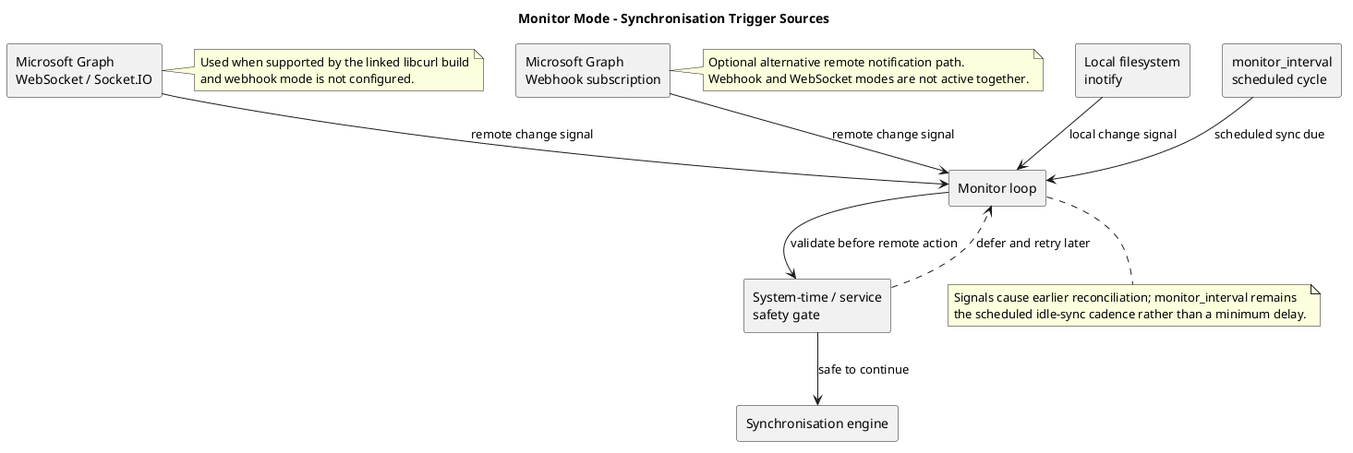
This is docs/puml/monitor_mode_event_sources.png from abraunegg/onedrive, a PlantUML export, as it was before one commit. Its diagram source:
```plantuml
@startuml
title Monitor Mode - Synchronisation Trigger Sources

rectangle "Monitor loop" as Loop
rectangle "Synchronisation engine" as Sync
rectangle "Local filesystem\ninotify" as Inotify
rectangle "Microsoft Graph\nWebSocket / Socket.IO" as WS
rectangle "Microsoft Graph\nWebhook subscription" as WH
rectangle "monitor_interval\nscheduled cycle" as Timer
rectangle "System-time / service\nsafety gate" as Gate

Inotify --> Loop : local change signal
WS --> Loop : remote change signal
WH --> Loop : remote change signal
Timer --> Loop : scheduled sync due
Loop --> Gate : validate before remote action
Gate --> Sync : safe to continue
Gate ..> Loop : defer and retry later

note right of WS
  Used when supported by the linked libcurl build
  and webhook mode is not configured.
end note

note right of WH
  Optional alternative remote notification path.
  Webhook and WebSocket modes are not active together.
end note

note bottom of Loop
  Signals cause earlier reconciliation; monitor_interval remains
  the scheduled idle-sync cadence rather than a minimum delay.
end note
@enduml
```
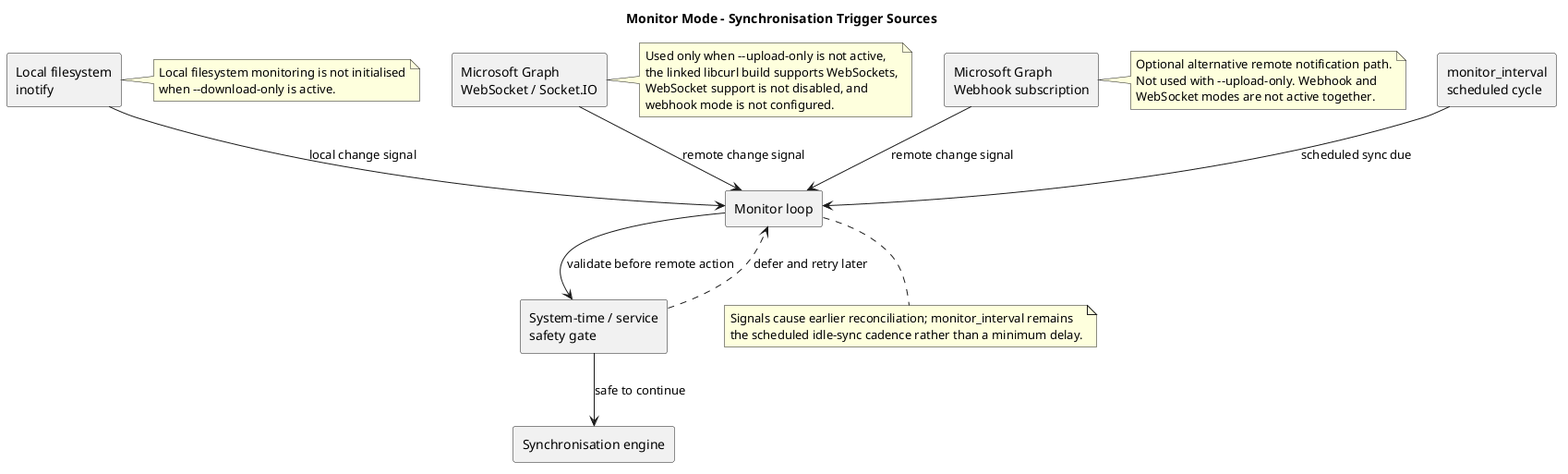
Later version of the same file.

Diff of the diagram source:
```diff
@@ -17,14 +17,22 @@
 Gate --> Sync : safe to continue
 Gate ..> Loop : defer and retry later
 
+note right of Inotify
+  Local filesystem monitoring is not initialised
+  when ~--download-only is active.
+end note
+
 note right of WS
-  Used when supported by the linked libcurl build
-  and webhook mode is not configured.
+  Used only when ~--upload-only is not active,
+  the linked libcurl build supports WebSockets,
+  WebSocket support is not disabled, and
+  webhook mode is not configured.
 end note
 
 note right of WH
   Optional alternative remote notification path.
-  Webhook and WebSocket modes are not active together.
+  Not used with ~--upload-only. Webhook and
+  WebSocket modes are not active together.
 end note
 
 note bottom of Loop
```
